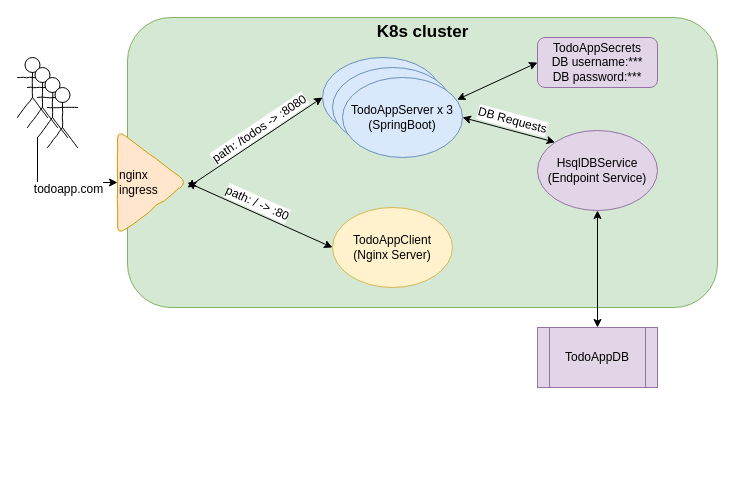
ayortanli/ToDoApp keeps this draw.io diagram as images/GeneralArchitecture.drawio. Above is the earlier version. Source tidied: cells renumbered, new cells numbered last; positions are measured from the earlier drawing's top-left corner, leaving out a move shared by most shapes. Both pictures are drawn from the tidied source at 100%, with x=0, y=0 at pixel (17, 17).
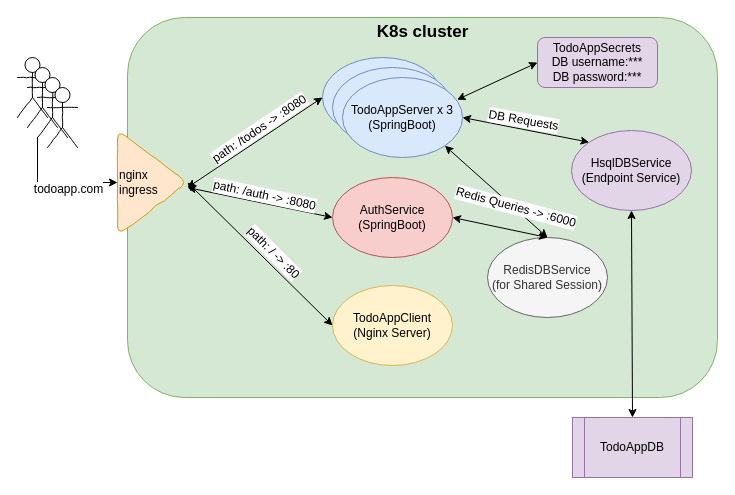
The same diagram, later.

Unchanged cells that the change refers to:
```xml
<mxCell id="8" value="TodoAppServer x 3&lt;br&gt;(SpringBoot)" style="ellipse;whiteSpace=wrap;html=1;rounded=1;comic=1;fontSize=12;align=center;fillColor=#dae8fc;strokeColor=#6c8ebf;" parent="5" vertex="1">
  <mxGeometry x="20" y="20" width="120" height="80" as="geometry" />
</mxCell>
<mxCell id="10" style="endArrow=classic;startArrow=classic;html=1;fontSize=12;entryX=0;entryY=0.5;entryDx=0;entryDy=0;exitX=1;exitY=0.5;exitDx=0;exitDy=0;" parent="1" edge="1" source="3" target="9">
  <mxGeometry relative="1" as="geometry" />
</mxCell>
```

Diff of the diagram source:
```diff
@@
     <mxCell id="2" style="rounded=1;whiteSpace=wrap;html=1;fillColor=#d5e8d4;strokeColor=#82b366;" parent="1" vertex="1">
-      <mxGeometry x="110" width="590" height="290" as="geometry" />
+      <mxGeometry x="110" width="590" height="380" as="geometry" />
     </mxCell>
@@
     <mxCell id="9" value="TodoAppClient&lt;br&gt;(Nginx Server)" style="ellipse;whiteSpace=wrap;html=1;rounded=1;comic=1;fontSize=12;align=center;fillColor=#fff2cc;strokeColor=#d6b656;" parent="1" vertex="1">
-      <mxGeometry x="315" y="190" width="120" height="80" as="geometry" />
+      <mxGeometry x="315" y="268" width="120" height="80" as="geometry" />
     </mxCell>
@@
-    <mxCell id="11" value="path: / -&amp;gt; :80" style="text;html=1;align=center;verticalAlign=middle;labelBackgroundColor=#ffffff;fontSize=12;rotation=24;" parent="10" vertex="1">
+    <mxCell id="11" value="path: / -&amp;gt; :80" style="text;html=1;align=center;verticalAlign=middle;labelBackgroundColor=#ffffff;fontSize=12;rotation=45;" parent="10" vertex="1">
       <mxGeometry x="-0.19" relative="1" as="geometry">
-        <mxPoint x="11.5" y="-6" as="offset" />
+        <mxPoint x="27.5" y="12" as="offset" />
       </mxGeometry>
     </mxCell>
@@
     <mxCell id="22" value="TodoAppDB" style="shape=process;whiteSpace=wrap;html=1;backgroundOutline=1;fillColor=#e1d5e7;strokeColor=#9673a6;" parent="1" vertex="1">
-      <mxGeometry x="520" y="310" width="120" height="60" as="geometry" />
+      <mxGeometry x="555" y="400" width="120" height="60" as="geometry" />
     </mxCell>
     <mxCell id="23" value="HsqlDBService&lt;br&gt;(Endpoint Service)" style="ellipse;whiteSpace=wrap;html=1;fillColor=#e1d5e7;strokeColor=#9673a6;" parent="1" vertex="1">
-      <mxGeometry x="520" y="113" width="120" height="80" as="geometry" />
+      <mxGeometry x="554" y="113" width="120" height="80" as="geometry" />
     </mxCell>
@@
-    <mxCell id="28" value="DB Requests" style="text;html=1;strokeColor=none;fillColor=none;align=center;verticalAlign=middle;whiteSpace=wrap;rounded=0;rotation=15;labelBackgroundColor=#ffffff;" parent="1" vertex="1">
-      <mxGeometry x="457.5" y="93" width="75" height="20" as="geometry" />
+    <mxCell id="28" value="DB Requests" style="text;html=1;strokeColor=none;fillColor=none;align=center;verticalAlign=middle;whiteSpace=wrap;rounded=0;rotation=10;labelBackgroundColor=#ffffff;" parent="1" vertex="1">
+      <mxGeometry x="468.5" y="93" width="75" height="20" as="geometry" />
     </mxCell>
+    <mxCell id="29" value="AuthService&lt;br&gt;(SpringBoot)" style="ellipse;whiteSpace=wrap;html=1;rounded=1;comic=1;fontSize=12;align=center;fillColor=#f8cecc;strokeColor=#b85450;" parent="1" vertex="1">
+      <mxGeometry x="315" y="160" width="120" height="80" as="geometry" />
+    </mxCell>
+    <mxCell id="30" style="endArrow=classic;startArrow=classic;html=1;fontSize=12;entryX=0;entryY=0.5;entryDx=0;entryDy=0;" parent="1" edge="1" target="29">
+      <mxGeometry relative="1" as="geometry">
+        <mxPoint x="170" y="170" as="sourcePoint" />
+      </mxGeometry>
+    </mxCell>
+    <mxCell id="31" value="path: /auth -&amp;gt; :8080" style="text;html=1;align=center;verticalAlign=middle;labelBackgroundColor=#ffffff;fontSize=12;rotation=12;direction=north;" parent="30" vertex="1">
+      <mxGeometry x="0.18" y="1" relative="1" as="geometry">
+        <mxPoint x="-8.5" y="-9" as="offset" />
+      </mxGeometry>
+    </mxCell>
+    <mxCell id="32" value="RedisDBService&lt;br&gt;(for Shared Session)" style="ellipse;whiteSpace=wrap;html=1;fillColor=#f5f5f5;strokeColor=#666666;fontColor=#333333;" parent="1" vertex="1">
+      <mxGeometry x="470" y="220" width="120" height="80" as="geometry" />
+    </mxCell>
+    <mxCell id="33" style="endArrow=classic;startArrow=classic;html=1;entryX=0.5;entryY=0;entryDx=0;entryDy=0;exitX=1;exitY=1;exitDx=0;exitDy=0;" parent="1" edge="1" source="8" target="32">
+      <mxGeometry relative="1" as="geometry" />
+    </mxCell>
+    <mxCell id="34" style="endArrow=classic;startArrow=classic;html=1;entryX=0.5;entryY=0;entryDx=0;entryDy=0;exitX=1;exitY=0.5;exitDx=0;exitDy=0;" parent="1" edge="1" source="29" target="32">
+      <mxGeometry relative="1" as="geometry" />
+    </mxCell>
+    <mxCell id="35" value="Redis Queries -&amp;gt; :6000" style="text;html=1;strokeColor=none;fillColor=none;align=center;verticalAlign=middle;whiteSpace=wrap;rounded=0;rotation=15;labelBackgroundColor=#ffffff;" parent="1" vertex="1">
+      <mxGeometry x="435" y="180" width="128" height="20" as="geometry" />
+    </mxCell>
```
